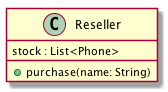
lyhcode/oosad keeps this PlantUML diagram as assets/images/uml/ex-phone/reseller-class.png. Above is the earlier version.
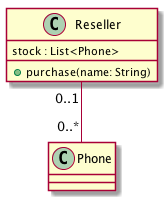
After the commit.

What changed in the source:
```diff
@@ -3,4 +3,5 @@
     stock : List<Phone>
     + purchase(name: String)
 }
+Reseller "0..1" -- "0..*" Phone
 @enduml
```
